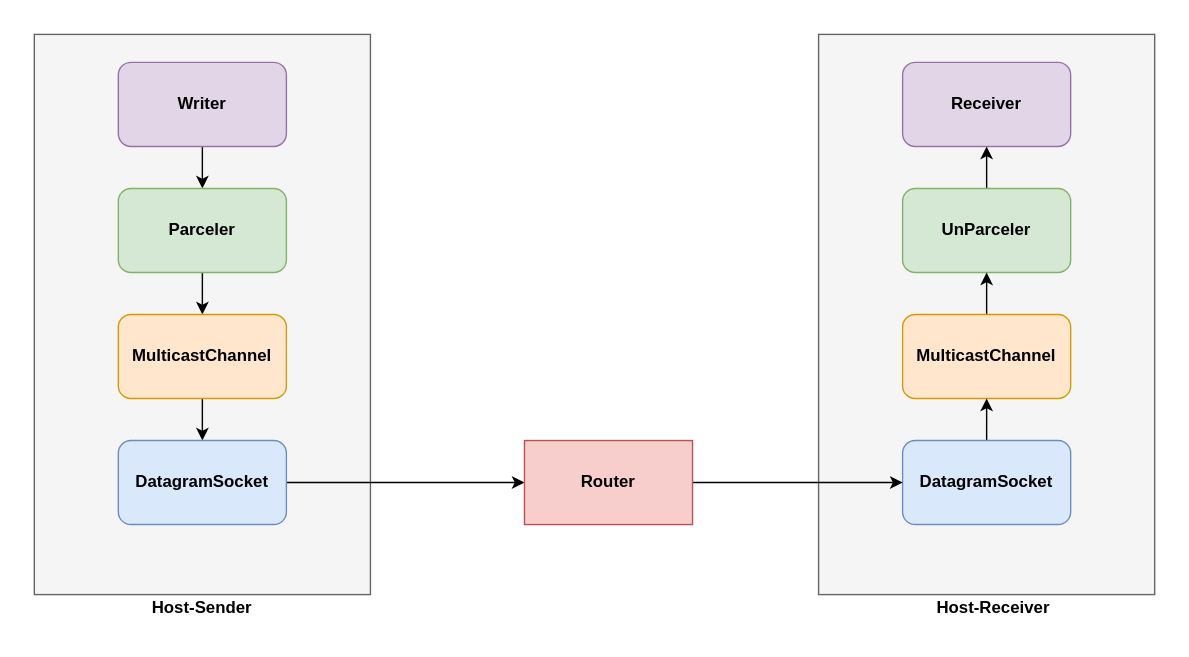
Earlier version of the draw.io export assets/transport_data_flow.svg (Elvis10ten/pcas). Source tidied: cells renumbered, new cells last; positions are measured from the earlier drawing's top-left corner, leaving out a move shared by most shapes.
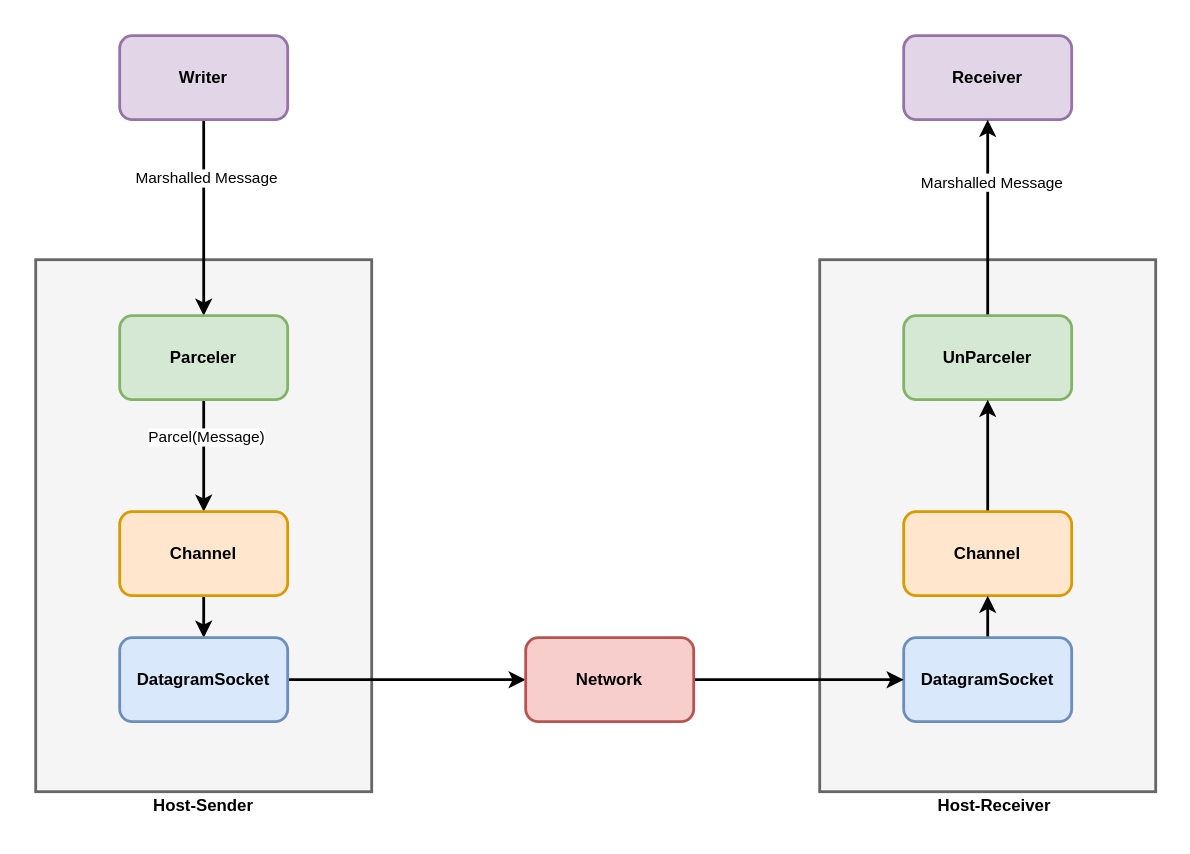
After the change.

Diff of the diagram source:
```diff
@@ -2,68 +2,77 @@
   <root>
     <mxCell id="0" />
     <mxCell id="1" parent="0" />
-    <mxCell id="2" style="rounded=0;whiteSpace=wrap;html=1;fillColor=#f5f5f5;strokeColor=#666666;fontColor=#333333;" parent="1" vertex="1">
-      <mxGeometry width="240" height="400" as="geometry" />
+    <mxCell id="2" style="rounded=0;whiteSpace=wrap;html=1;fillColor=#f5f5f5;strokeColor=#666666;fontColor=#333333;strokeWidth=2;" parent="1" vertex="1">
+      <mxGeometry y="160" width="240" height="380" as="geometry" />
     </mxCell>
-    <mxCell id="3" style="edgeStyle=orthogonalEdgeStyle;rounded=0;jettySize=auto;html=1;" parent="1" edge="1" source="4" target="6">
+    <mxCell id="3" style="edgeStyle=orthogonalEdgeStyle;rounded=0;jettySize=auto;html=1;strokeWidth=2;" parent="1" edge="1" source="5" target="8">
       <mxGeometry relative="1" as="geometry" />
     </mxCell>
-    <mxCell id="4" value="&lt;b&gt;Writer&lt;/b&gt;" style="rounded=1;whiteSpace=wrap;html=1;fillColor=#e1d5e7;strokeColor=#9673a6;" parent="1" vertex="1">
-      <mxGeometry x="60" y="20" width="120" height="60" as="geometry" />
+    <mxCell id="4" value="Marshalled Message" style="edgeLabel;html=1;align=center;verticalAlign=middle;points=[];" parent="3" vertex="1">
+      <mxGeometry x="-0.42" y="1" relative="1" as="geometry" />
     </mxCell>
-    <mxCell id="5" style="edgeStyle=orthogonalEdgeStyle;rounded=0;jettySize=auto;html=1;entryX=0.5;entryY=0;entryDx=0;entryDy=0;" parent="1" edge="1" source="6" target="8">
-      <mxGeometry relative="1" as="geometry" />
+    <mxCell id="5" value="&lt;b&gt;Writer&lt;/b&gt;" style="rounded=1;whiteSpace=wrap;html=1;fillColor=#e1d5e7;strokeColor=#9673a6;strokeWidth=2;" parent="1" vertex="1">
+      <mxGeometry x="60" width="120" height="60" as="geometry" />
     </mxCell>
-    <mxCell id="6" value="&lt;b&gt;Parceler&lt;/b&gt;" style="rounded=1;whiteSpace=wrap;html=1;fillColor=#d5e8d4;strokeColor=#82b366;" parent="1" vertex="1">
-      <mxGeometry x="60" y="110" width="120" height="60" as="geometry" />
+    <mxCell id="6" style="edgeStyle=orthogonalEdgeStyle;rounded=0;jettySize=auto;html=1;entryX=0.5;entryY=0;entryDx=0;entryDy=0;strokeWidth=2;" parent="1" edge="1" source="8" target="10">
+      <mxGeometry relative="1" as="geometry" />
     </mxCell>
-    <mxCell id="7" style="edgeStyle=orthogonalEdgeStyle;rounded=0;jettySize=auto;html=1;entryX=0.5;entryY=0;entryDx=0;entryDy=0;" parent="1" edge="1" source="8" target="10">
-      <mxGeometry relative="1" as="geometry" />
+    <mxCell id="7" value="Parcel(Message)" style="edgeLabel;html=1;align=center;verticalAlign=middle;" parent="6" vertex="1">
+      <mxGeometry x="-0.35" y="1" relative="1" as="geometry" />
     </mxCell>
-    <mxCell id="8" value="&lt;b&gt;MulticastChannel&lt;/b&gt;" style="rounded=1;whiteSpace=wrap;html=1;fillColor=#ffe6cc;strokeColor=#d79b00;" parent="1" vertex="1">
+    <mxCell id="8" value="&lt;b&gt;Parceler&lt;/b&gt;" style="rounded=1;whiteSpace=wrap;html=1;fillColor=#d5e8d4;strokeColor=#82b366;strokeWidth=2;" parent="1" vertex="1">
       <mxGeometry x="60" y="200" width="120" height="60" as="geometry" />
     </mxCell>
-    <mxCell id="9" style="edgeStyle=orthogonalEdgeStyle;rounded=0;jettySize=auto;html=1;entryX=0;entryY=0.5;entryDx=0;entryDy=0;" parent="1" edge="1" source="10" target="22">
+    <mxCell id="9" style="edgeStyle=orthogonalEdgeStyle;rounded=0;jettySize=auto;html=1;entryX=0.5;entryY=0;entryDx=0;entryDy=0;strokeWidth=2;" parent="1" edge="1" source="10" target="12">
       <mxGeometry relative="1" as="geometry" />
     </mxCell>
-    <mxCell id="10" value="&lt;b&gt;DatagramSocket&lt;/b&gt;" style="rounded=1;whiteSpace=wrap;html=1;fillColor=#dae8fc;strokeColor=#6c8ebf;" parent="1" vertex="1">
-      <mxGeometry x="60" y="290" width="120" height="60" as="geometry" />
+    <mxCell id="10" value="&lt;b&gt;Channel&lt;/b&gt;" style="rounded=1;whiteSpace=wrap;html=1;fillColor=#ffe6cc;strokeColor=#d79b00;strokeWidth=2;" parent="1" vertex="1">
+      <mxGeometry x="60" y="340" width="120" height="60" as="geometry" />
     </mxCell>
-    <mxCell id="11" value="&lt;b&gt;Host-Sender&lt;/b&gt;" style="text;html=1;strokeColor=none;fillColor=none;align=center;verticalAlign=middle;whiteSpace=wrap;rounded=0;" parent="1" vertex="1">
-      <mxGeometry x="80" y="400" width="80" height="20" as="geometry" />
+    <mxCell id="11" style="edgeStyle=orthogonalEdgeStyle;rounded=0;jettySize=auto;html=1;entryX=0;entryY=0.5;entryDx=0;entryDy=0;strokeWidth=2;" parent="1" edge="1" source="12" target="25">
+      <mxGeometry relative="1" as="geometry" />
     </mxCell>
-    <mxCell id="12" style="rounded=0;whiteSpace=wrap;html=1;fillColor=#f5f5f5;strokeColor=#666666;fontColor=#333333;" parent="1" vertex="1">
-      <mxGeometry x="560" width="240" height="400" as="geometry" />
+    <mxCell id="12" value="&lt;b&gt;DatagramSocket&lt;/b&gt;" style="rounded=1;whiteSpace=wrap;html=1;fillColor=#dae8fc;strokeColor=#6c8ebf;strokeWidth=2;" parent="1" vertex="1">
+      <mxGeometry x="60" y="430" width="120" height="60" as="geometry" />
     </mxCell>
-    <mxCell id="13" value="&lt;b&gt;Receiver&lt;/b&gt;" style="rounded=1;whiteSpace=wrap;html=1;fillColor=#e1d5e7;strokeColor=#9673a6;" parent="1" vertex="1">
-      <mxGeometry x="620" y="20" width="120" height="60" as="geometry" />
+    <mxCell id="13" value="&lt;b&gt;Host-Sender&lt;/b&gt;" style="text;html=1;strokeColor=none;fillColor=none;align=center;verticalAlign=middle;whiteSpace=wrap;rounded=0;" parent="1" vertex="1">
+      <mxGeometry x="80" y="540" width="80" height="20" as="geometry" />
     </mxCell>
-    <mxCell id="14" style="edgeStyle=orthogonalEdgeStyle;rounded=0;jettySize=auto;html=1;" parent="1" edge="1" source="15" target="13">
-      <mxGeometry relative="1" as="geometry" />
+    <mxCell id="14" style="rounded=0;whiteSpace=wrap;html=1;fillColor=#f5f5f5;strokeColor=#666666;fontColor=#333333;strokeWidth=2;" parent="1" vertex="1">
+      <mxGeometry x="560" y="160" width="240" height="380" as="geometry" />
     </mxCell>
-    <mxCell id="15" value="&lt;b&gt;UnParceler&lt;/b&gt;" style="rounded=1;whiteSpace=wrap;html=1;fillColor=#d5e8d4;strokeColor=#82b366;" parent="1" vertex="1">
-      <mxGeometry x="620" y="110" width="120" height="60" as="geometry" />
+    <mxCell id="15" value="&lt;b&gt;Receiver&lt;/b&gt;" style="rounded=1;whiteSpace=wrap;html=1;fillColor=#e1d5e7;strokeColor=#9673a6;strokeWidth=2;" parent="1" vertex="1">
+      <mxGeometry x="620" width="120" height="60" as="geometry" />
     </mxCell>
-    <mxCell id="16" style="edgeStyle=orthogonalEdgeStyle;rounded=0;jettySize=auto;html=1;exitX=0.5;exitY=0;exitDx=0;exitDy=0;entryX=0.5;entryY=1;entryDx=0;entryDy=0;" parent="1" edge="1" source="17" target="15">
+    <mxCell id="16" style="edgeStyle=orthogonalEdgeStyle;rounded=0;jettySize=auto;html=1;strokeWidth=2;" parent="1" edge="1" source="18" target="15">
       <mxGeometry relative="1" as="geometry" />
     </mxCell>
-    <mxCell id="17" value="&lt;b&gt;MulticastChannel&lt;/b&gt;" style="rounded=1;whiteSpace=wrap;html=1;fillColor=#ffe6cc;strokeColor=#d79b00;" parent="1" vertex="1">
-      <mxGeometry x="620" y="200" width="120" height="60" as="geometry" />
+    <mxCell id="17" value="Marshalled Message" style="edgeLabel;html=1;align=center;verticalAlign=middle;points=[];" parent="16" vertex="1">
+      <mxGeometry x="0.37" y="-2" relative="1" as="geometry" />
     </mxCell>
-    <mxCell id="18" style="edgeStyle=orthogonalEdgeStyle;rounded=0;jettySize=auto;html=1;entryX=0.5;entryY=1;entryDx=0;entryDy=0;" parent="1" edge="1" source="19" target="17">
-      <mxGeometry relative="1" as="geometry" />
+    <mxCell id="18" value="&lt;b&gt;UnParceler&lt;/b&gt;" style="rounded=1;whiteSpace=wrap;html=1;fillColor=#d5e8d4;strokeColor=#82b366;strokeWidth=2;" parent="1" vertex="1">
+      <mxGeometry x="620" y="200" width="120" height="60" as="geometry" />
     </mxCell>
-    <mxCell id="19" value="&lt;b&gt;DatagramSocket&lt;/b&gt;" style="rounded=1;whiteSpace=wrap;html=1;fillColor=#dae8fc;strokeColor=#6c8ebf;" parent="1" vertex="1">
-      <mxGeometry x="620" y="290" width="120" height="60" as="geometry" />
+    <mxCell id="19" style="edgeStyle=orthogonalEdgeStyle;rounded=0;jettySize=auto;html=1;exitX=0.5;exitY=0;exitDx=0;exitDy=0;entryX=0.5;entryY=1;entryDx=0;entryDy=0;strokeWidth=2;" parent="1" edge="1" source="20" target="18">
+      <mxGeometry relative="1" as="geometry" />
     </mxCell>
-    <mxCell id="20" value="&lt;b&gt;Host-Receiver&lt;/b&gt;" style="text;html=1;strokeColor=none;fillColor=none;align=center;verticalAlign=middle;whiteSpace=wrap;rounded=0;" parent="1" vertex="1">
-      <mxGeometry x="640" y="400" width="90" height="20" as="geometry" />
+    <mxCell id="20" value="&lt;b&gt;Channel&lt;/b&gt;" style="rounded=1;whiteSpace=wrap;html=1;fillColor=#ffe6cc;strokeColor=#d79b00;strokeWidth=2;" parent="1" vertex="1">
+      <mxGeometry x="620" y="340" width="120" height="60" as="geometry" />
     </mxCell>
-    <mxCell id="21" style="edgeStyle=orthogonalEdgeStyle;rounded=0;jettySize=auto;html=1;entryX=0;entryY=0.5;entryDx=0;entryDy=0;" parent="1" edge="1" source="22" target="19">
+    <mxCell id="21" style="edgeStyle=orthogonalEdgeStyle;rounded=0;jettySize=auto;html=1;entryX=0.5;entryY=1;entryDx=0;entryDy=0;strokeWidth=2;" parent="1" edge="1" source="22" target="20">
       <mxGeometry relative="1" as="geometry" />
     </mxCell>
-    <mxCell id="22" value="&lt;b&gt;Router&lt;/b&gt;" style="rounded=0;whiteSpace=wrap;html=1;fillColor=#f8cecc;strokeColor=#b85450;" parent="1" vertex="1">
-      <mxGeometry x="350" y="290" width="120" height="60" as="geometry" />
+    <mxCell id="22" value="&lt;b&gt;DatagramSocket&lt;/b&gt;" style="rounded=1;whiteSpace=wrap;html=1;fillColor=#dae8fc;strokeColor=#6c8ebf;strokeWidth=2;" parent="1" vertex="1">
+      <mxGeometry x="620" y="430" width="120" height="60" as="geometry" />
     </mxCell>
+    <mxCell id="23" value="&lt;b&gt;Host-Receiver&lt;/b&gt;" style="text;html=1;strokeColor=none;fillColor=none;align=center;verticalAlign=middle;whiteSpace=wrap;rounded=0;" parent="1" vertex="1">
+      <mxGeometry x="640" y="540" width="90" height="20" as="geometry" />
+    </mxCell>
+    <mxCell id="24" style="edgeStyle=orthogonalEdgeStyle;rounded=0;jettySize=auto;html=1;entryX=0;entryY=0.5;entryDx=0;entryDy=0;strokeWidth=2;" parent="1" edge="1" source="25" target="22">
+      <mxGeometry relative="1" as="geometry" />
+    </mxCell>
+    <mxCell id="25" value="&lt;b&gt;Network&lt;/b&gt;" style="rounded=1;whiteSpace=wrap;html=1;fillColor=#f8cecc;strokeColor=#b85450;strokeWidth=2;" parent="1" vertex="1">
+      <mxGeometry x="350" y="430" width="120" height="60" as="geometry" />
+    </mxCell>
   </root>
 </mxGraphModel>
```
